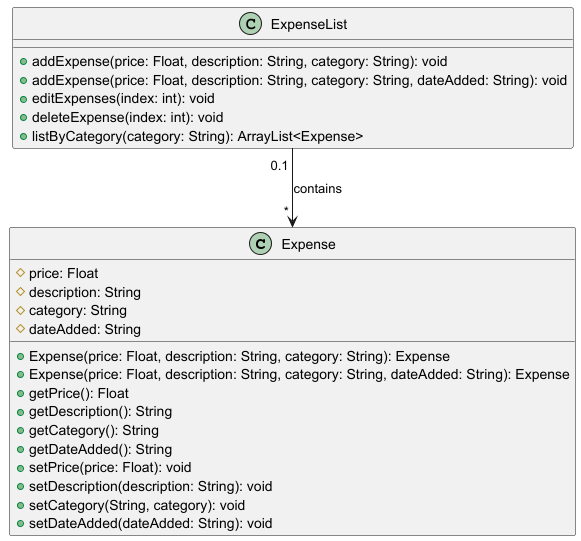
This is docs/diagrams/images/ExpenseAndExpenseList.png from nus-cs2113-AY2425S1/tp, a PlantUML export, as it was before one commit. The source it was exported from:
```plantuml
@startuml

class Expense {
    #price: Float
    #description: String
    #category: String
    #dateAdded: String
    +Expense(price: Float, description: String, category: String): Expense
    +Expense(price: Float, description: String, category: String, dateAdded: String): Expense
    +getPrice(): Float
    +getDescription(): String
    +getCategory(): String
    +getDateAdded(): String
    +setPrice(price: Float): void
    +setDescription(description: String): void
    +setCategory(String, category): void
    +setDateAdded(dateAdded: String): void
}

class ExpenseList {
    +addExpense(price: Float, description: String, category: String): void
    +addExpense(price: Float, description: String, category: String, dateAdded: String): void
    +editExpenses(index: int): void
    +deleteExpense(index: int): void
    +listByCategory(category: String): ArrayList<Expense>
}

ExpenseList "0.1 " -d-> " * " Expense : contains

@enduml
```
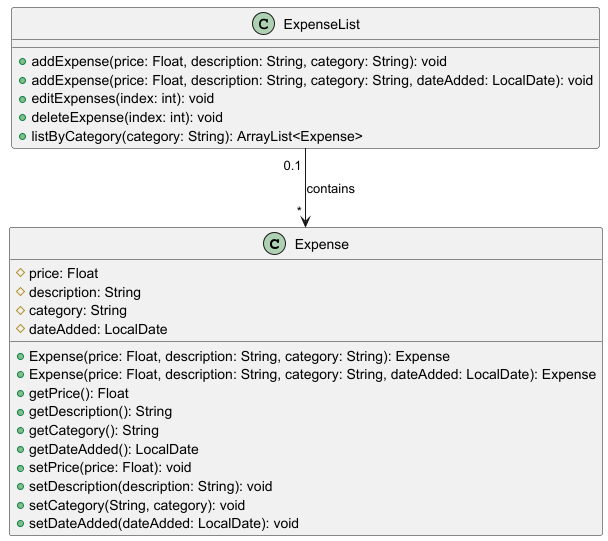
After the change.

Commit message:
Update dateAdded from String to LocalDate in DG UML class diagram

The edit, as a diff of the source:
```diff
@@ -4,22 +4,22 @@
     #price: Float
     #description: String
     #category: String
-    #dateAdded: String
+    #dateAdded: LocalDate
     +Expense(price: Float, description: String, category: String): Expense
-    +Expense(price: Float, description: String, category: String, dateAdded: String): Expense
+    +Expense(price: Float, description: String, category: String, dateAdded: LocalDate): Expense
     +getPrice(): Float
     +getDescription(): String
     +getCategory(): String
-    +getDateAdded(): String
+    +getDateAdded(): LocalDate
     +setPrice(price: Float): void
     +setDescription(description: String): void
     +setCategory(String, category): void
-    +setDateAdded(dateAdded: String): void
+    +setDateAdded(dateAdded: LocalDate): void
 }
 
 class ExpenseList {
     +addExpense(price: Float, description: String, category: String): void
-    +addExpense(price: Float, description: String, category: String, dateAdded: String): void
+    +addExpense(price: Float, description: String, category: String, dateAdded: LocalDate): void
     +editExpenses(index: int): void
     +deleteExpense(index: int): void
     +listByCategory(category: String): ArrayList<Expense>
```
